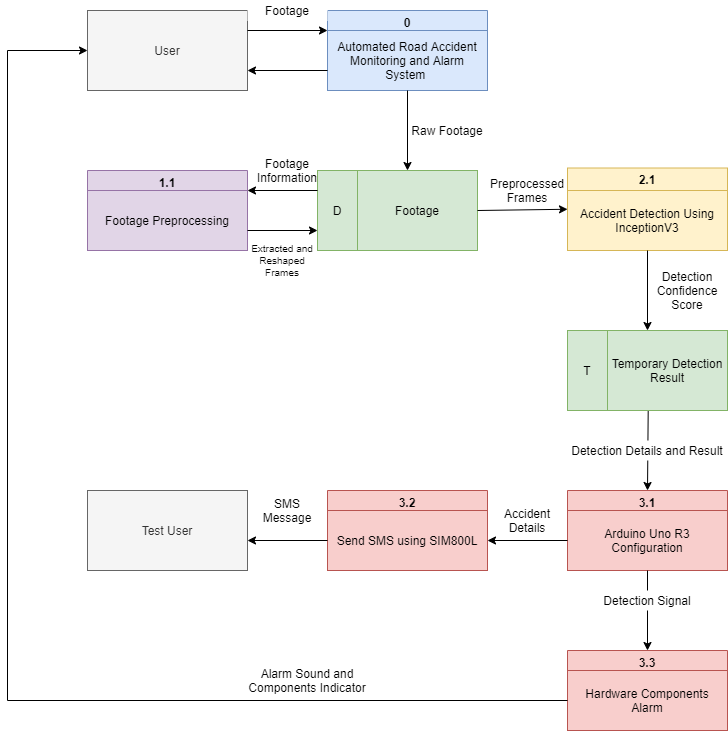
Earlier version of the draw.io export DrawIO/dfd-level 1 - Des Opt 2 Chapt 3.png (russellcaragay/PD-Files). Source tidied: cells renumbered, new cells last; positions are measured from the earlier drawing's top-left corner, leaving out a move shared by most shapes.
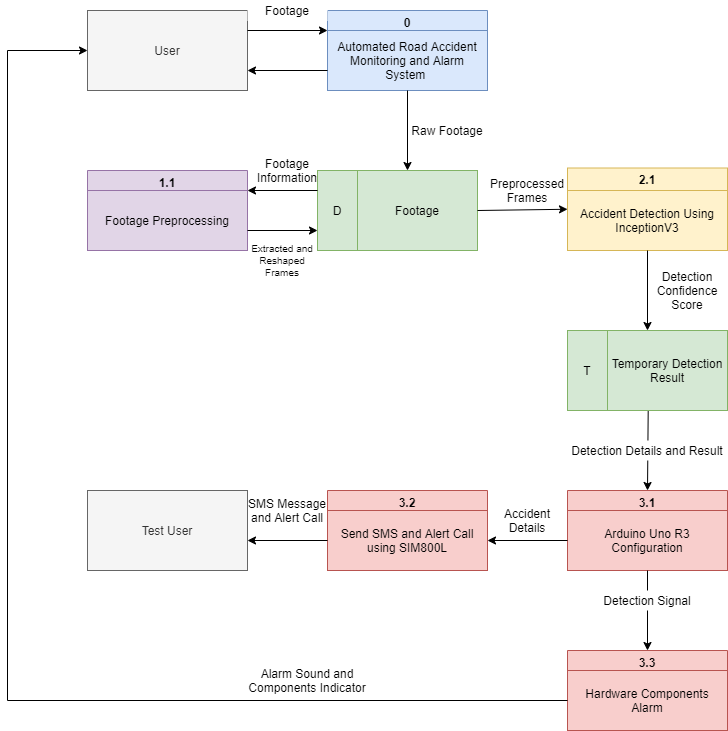
The same file after the commit.

Diff of the diagram source:
```diff
@@ -5,7 +5,7 @@
     <mxCell id="2" value="3.2" style="swimlane;fillColor=#f8cecc;strokeColor=#b85450;" parent="1" vertex="1">
       <mxGeometry x="320" y="490" width="160" height="80" as="geometry" />
     </mxCell>
-    <mxCell id="3" value="Send SMS using SIM800L" style="text;html=1;strokeColor=#b85450;fillColor=#f8cecc;align=center;verticalAlign=middle;whiteSpace=wrap;rounded=0;" parent="2" vertex="1">
+    <mxCell id="3" value="Send SMS and Alert Call using SIM800L" style="text;html=1;strokeColor=#b85450;fillColor=#f8cecc;align=center;verticalAlign=middle;whiteSpace=wrap;rounded=0;" parent="2" vertex="1">
       <mxGeometry y="20" width="160" height="60" as="geometry" />
     </mxCell>
     <mxCell id="4" value="3.1" style="swimlane;fillColor=#f8cecc;strokeColor=#b85450;" parent="1" vertex="1">
@@ -43,7 +43,7 @@
     <mxCell id="12" value="Detection Details and Result" style="text;html=1;strokeColor=none;align=center;verticalAlign=middle;whiteSpace=wrap;rounded=0;fillColor=#ffffff;" parent="1" vertex="1">
       <mxGeometry x="560" y="440" width="160" height="20" as="geometry" />
     </mxCell>
-    <mxCell id="13" value="SMS Message" style="text;html=1;strokeColor=none;fillColor=none;align=center;verticalAlign=middle;whiteSpace=wrap;rounded=0;" parent="1" vertex="1">
+    <mxCell id="13" value="SMS Message and Alert Call" style="text;html=1;strokeColor=none;fillColor=none;align=center;verticalAlign=middle;whiteSpace=wrap;rounded=0;" parent="1" vertex="1">
       <mxGeometry x="240" y="500" width="80" height="20" as="geometry" />
     </mxCell>
     <mxCell id="14" style="edgeStyle=orthogonalEdgeStyle;rounded=0;orthogonalLoop=1;jettySize=auto;html=1;exitX=0.5;exitY=1;exitDx=0;exitDy=0;" parent="1" edge="1" source="13" target="13">
```
